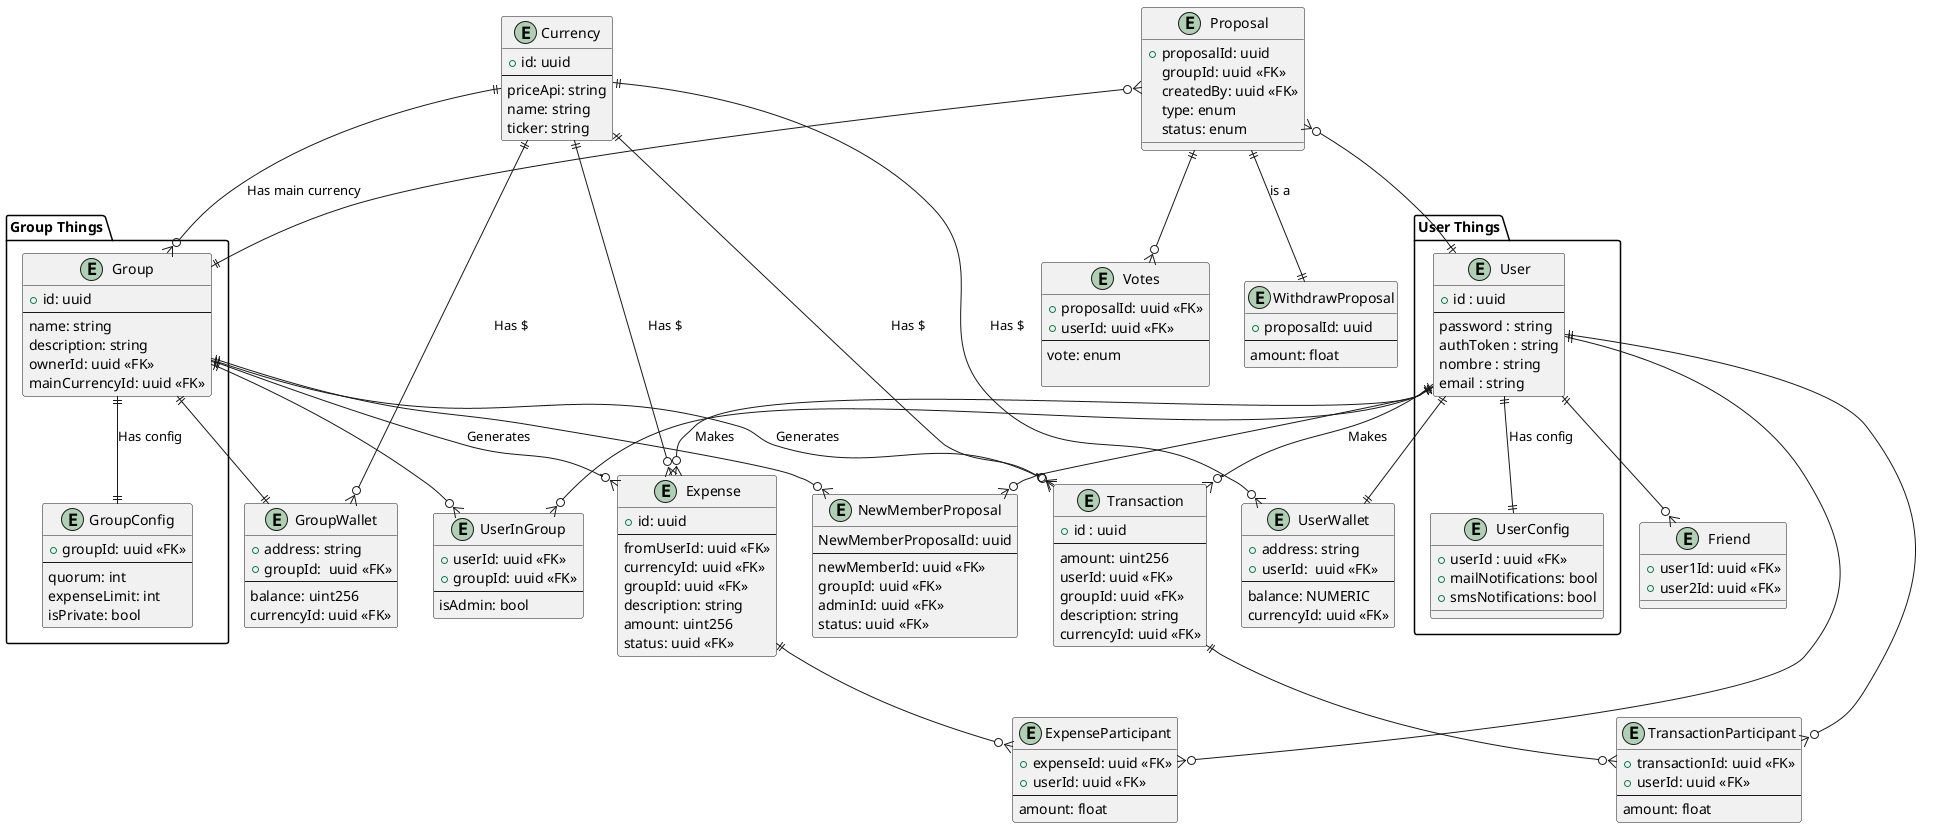
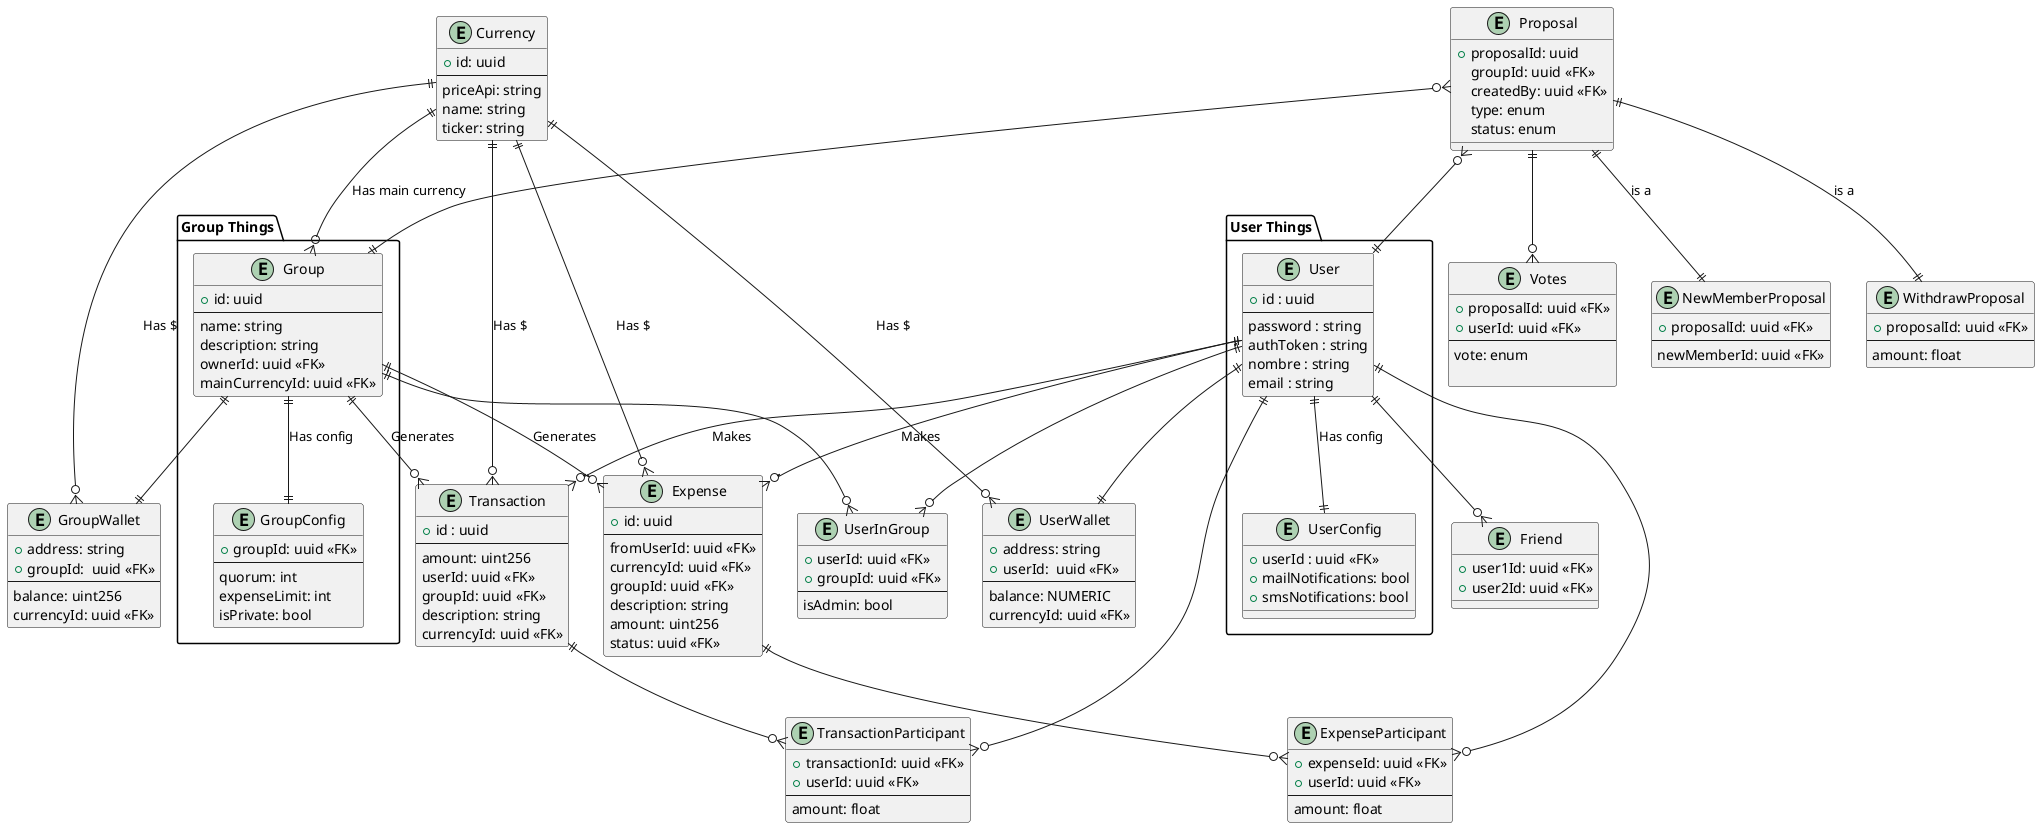
@startuml entity-relationship


package "User Things" {
    entity "User" {
      +id : uuid
      --
      password : string
      authToken : string
      nombre : string
      email : string
    }

    entity "UserConfig" {
        +userId : uuid <<FK>>
        +mailNotifications: bool
        +smsNotifications: bool
    }
}

package "Group Things"{
    entity "Group" {
    +id: uuid
    ---
    name: string
    description: string
    ownerId: uuid <<FK>>
    mainCurrencyId: uuid <<FK>>
    }
    entity "GroupConfig"{
        +groupId: uuid <<FK>>
        ---
        quorum: int
        expenseLimit: int
        isPrivate: bool
    }
}

entity "Friend"{
    +user1Id: uuid <<FK>>
    +user2Id: uuid <<FK>>
}
- 'chequeos de que el que invita sea admin del grupo'
- 'que el nuevo miembro no sea parte del grupo'
- entity "NewMemberProposal"{
-     NewMemberProposalId: uuid
-     ---
-     newMemberId: uuid <<FK>>
-     groupId: uuid <<FK>>
-     adminId: uuid <<FK>>
-     status: uuid <<FK>>
- }
+ 

entity "UserWallet"{
    +address: string
    +userId:  uuid <<FK>>
    ---
    balance: NUMERIC
    currencyId: uuid <<FK>>
}
entity "GroupWallet"{
    +address: string
    +groupId:  uuid <<FK>>
    ---
    balance: uint256
    currencyId: uuid <<FK>>
}



entity "Transaction" {
    +id : uuid
    ---
    amount: uint256
' If negative -> withdraw, else -> deposit
    userId: uuid <<FK>>
    groupId: uuid <<FK>>
    description: string
    currencyId: uuid <<FK>>
}

entity "Currency" {
    +id: uuid
    ---
    priceApi: string
    name: string
    ticker: string
}
entity "UserInGroup"{
    +userId: uuid <<FK>>
    +groupId: uuid <<FK>>
    ---
    isAdmin: bool
}

entity "Expense" {
    +id: uuid
    ---
    fromUserId: uuid <<FK>>
    currencyId: uuid <<FK>>
    groupId: uuid <<FK>>
    description: string
    amount: uint256
    status: uuid <<FK>>
}
entity "ExpenseParticipant"{
    +expenseId: uuid <<FK>>
    +userId: uuid <<FK>>
    --
    amount: float
}
entity "TransactionParticipant"{
    +transactionId: uuid <<FK>>
    +userId: uuid <<FK>>
    --
    amount: float
}
entity "Votes"{
    +proposalId: uuid <<FK>>
    +userId: uuid <<FK>>
    ---
    'REJECT, APPROVE'
    vote: enum

}
entity "Proposal"{
    +proposalId: uuid
    groupId: uuid <<FK>>
    createdBy: uuid <<FK>>
    type: enum
    status: enum


}
+ 'chequeos de que el que invita sea admin del grupo'
+ 'que el nuevo miembro no sea parte del grupo'
+ entity "NewMemberProposal"{
+     +proposalId: uuid <<FK>>
+     ---
+     newMemberId: uuid <<FK>>
+ }

entity "WithdrawProposal"{
-     +proposalId: uuid
+     +proposalId: uuid <<FK>>
    ---
    amount: float
}



User ||--|| UserConfig : Has config
User ||--o{ Expense : Makes

User ||--o{ UserInGroup
Group ||--o{ UserInGroup


Currency ||--o{ Expense: Has $
Group ||--o{ Expense : Generates
Currency ||--o{ Group : Has main currency

Currency ||--o{ UserWallet: Has $
Currency ||--o{ GroupWallet: Has $
User ||--|| UserWallet
Group ||--|| GroupWallet

Currency ||--o{ Transaction: Has $
Group ||--o{ Transaction : Generates
User ||--o{ Transaction : Makes

User ||--o{ Friend
Group ||--|| GroupConfig: Has config


- User ||--o{ NewMemberProposal
- Group ||--o{ NewMemberProposal
+ 

Proposal }o--|| User
Proposal }o--|| Group

Expense ||--o{ ExpenseParticipant
User ||--o{ ExpenseParticipant
Transaction ||--o{ TransactionParticipant
User ||--o{ TransactionParticipant

Proposal ||--o{ Votes
Proposal ||--|| WithdrawProposal: is a
+ Proposal ||--|| NewMemberProposal: is a
+ 

@enduml